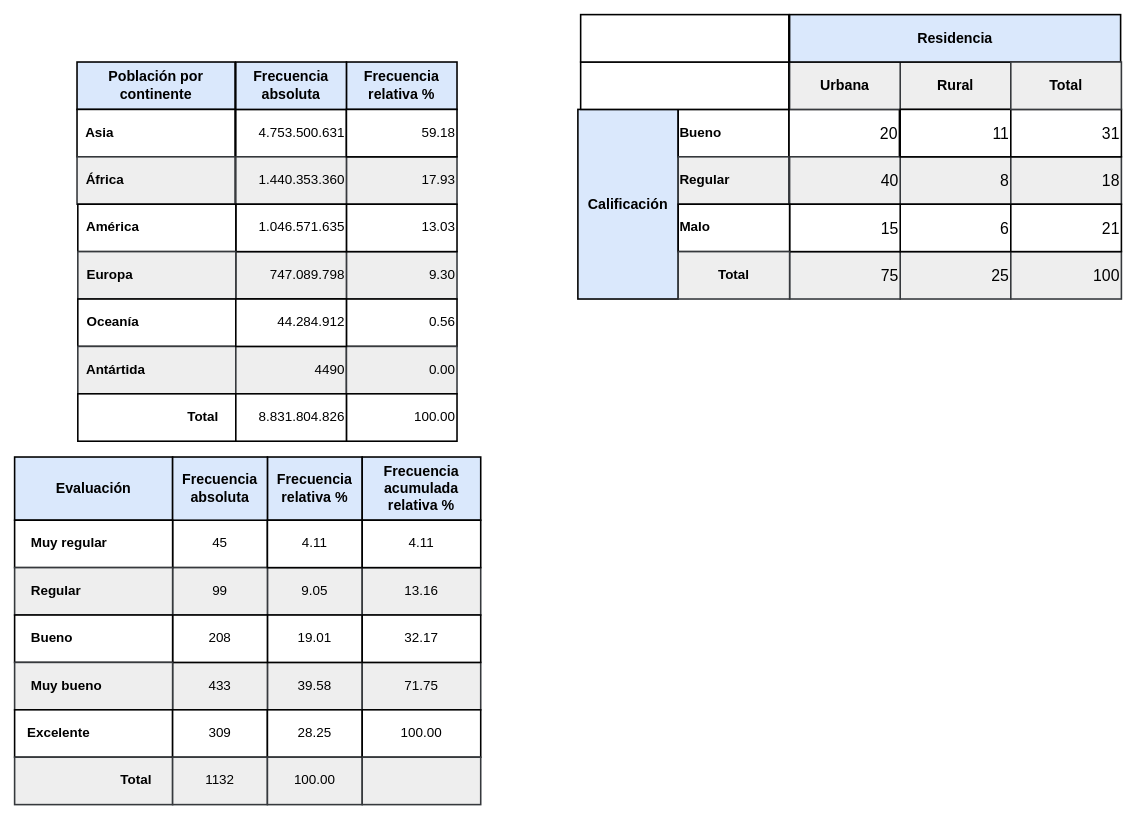
Above: docs/img/tablas.drawio in dgonxalex80/nivelatorioEST1 (draw.io), before the change. Source tidied: cells renumbered, new cells numbered last; positions are measured from the earlier drawing's top-left corner, leaving out a move shared by most shapes. Both pictures are drawn from the tidied source at 79%, with x=0, y=0 at pixel (14, 14).
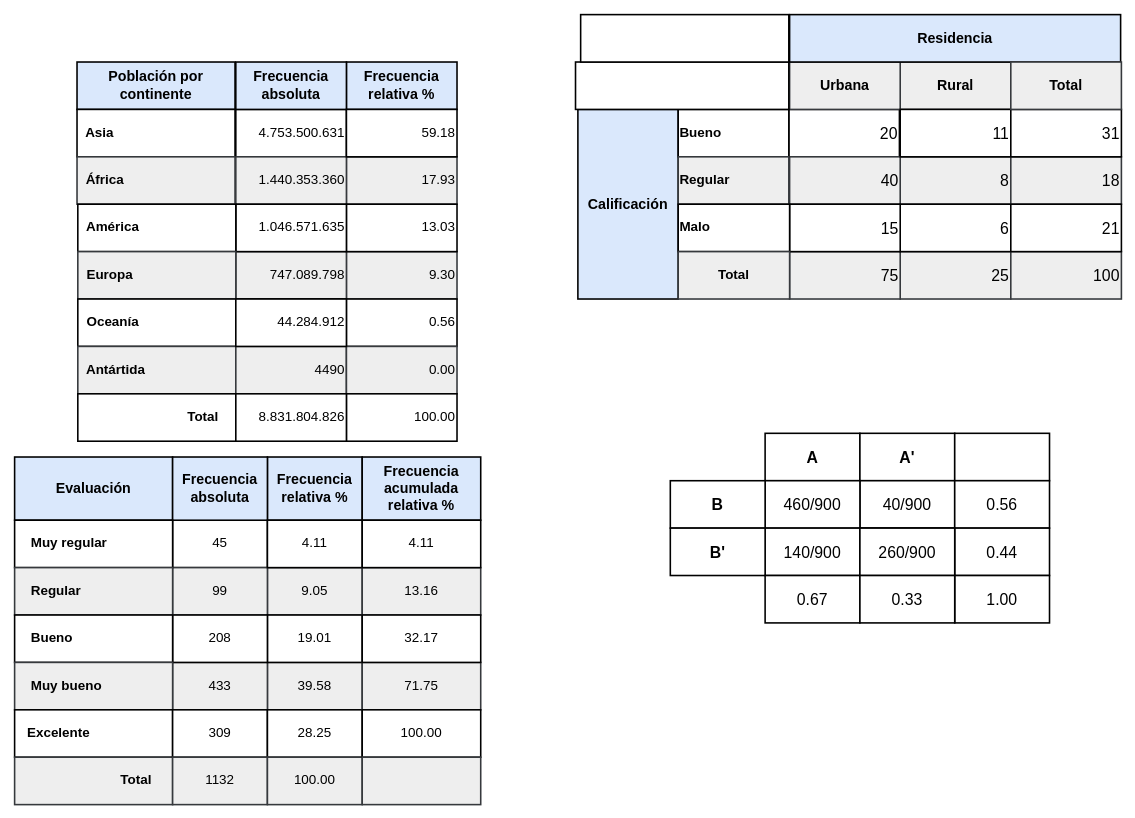
The same page after the edit.

What changed in the source:
```diff
@@
     <mxCell id="76" style="rounded=0;whiteSpace=wrap;html=1;strokeColor=#000000;strokeWidth=2;fontSize=20;align=center;" parent="1" vertex="1">
-      <mxGeometry x="716.5" y="60" width="263.5" height="60" as="geometry" />
+      <mxGeometry x="710" y="60" width="270" height="60" as="geometry" />
     </mxCell>
@@
+    <mxCell id="78" value="A" style="rounded=0;whiteSpace=wrap;html=1;strokeColor=#000000;strokeWidth=2;fontSize=20;align=center;fontStyle=1;" parent="1" vertex="1">
+      <mxGeometry x="950" y="530" width="120" height="60" as="geometry" />
+    </mxCell>
+    <mxCell id="79" value="A'" style="rounded=0;whiteSpace=wrap;html=1;strokeColor=#000000;strokeWidth=2;fontSize=20;align=center;fontStyle=1;" parent="1" vertex="1">
+      <mxGeometry x="1070" y="530" width="120" height="60" as="geometry" />
+    </mxCell>
+    <mxCell id="80" value="40/900" style="rounded=0;whiteSpace=wrap;html=1;strokeColor=#000000;strokeWidth=2;fontSize=20;align=center;" parent="1" vertex="1">
+      <mxGeometry x="1070" y="590" width="120" height="60" as="geometry" />
+    </mxCell>
+    <mxCell id="81" value="460/900" style="rounded=0;whiteSpace=wrap;html=1;strokeColor=#000000;strokeWidth=2;fontSize=20;align=center;" parent="1" vertex="1">
+      <mxGeometry x="950" y="590" width="120" height="60" as="geometry" />
+    </mxCell>
+    <mxCell id="82" value="140/900" style="rounded=0;whiteSpace=wrap;html=1;strokeColor=#000000;strokeWidth=2;fontSize=20;align=center;" parent="1" vertex="1">
+      <mxGeometry x="950" y="650" width="120" height="60" as="geometry" />
+    </mxCell>
+    <mxCell id="83" style="rounded=0;whiteSpace=wrap;html=1;strokeColor=#000000;strokeWidth=2;fontSize=20;align=center;" parent="1" vertex="1">
+      <mxGeometry x="1070" y="650" width="120" height="60" as="geometry" />
+    </mxCell>
+    <mxCell id="84" style="rounded=0;whiteSpace=wrap;html=1;strokeColor=#000000;strokeWidth=2;fontSize=20;align=center;" parent="1" vertex="1">
+      <mxGeometry x="1190" y="530" width="120" height="60" as="geometry" />
+    </mxCell>
+    <mxCell id="85" value="0.56" style="rounded=0;whiteSpace=wrap;html=1;strokeColor=#000000;strokeWidth=2;fontSize=20;align=center;" parent="1" vertex="1">
+      <mxGeometry x="1190" y="590" width="120" height="60" as="geometry" />
+    </mxCell>
+    <mxCell id="86" value="0.44" style="rounded=0;whiteSpace=wrap;html=1;strokeColor=#000000;strokeWidth=2;fontSize=20;align=center;" parent="1" vertex="1">
+      <mxGeometry x="1190" y="650" width="120" height="60" as="geometry" />
+    </mxCell>
+    <mxCell id="87" value="B" style="rounded=0;whiteSpace=wrap;html=1;strokeColor=#000000;strokeWidth=2;fontSize=20;align=center;fontStyle=1;" parent="1" vertex="1">
+      <mxGeometry x="830" y="590" width="120" height="60" as="geometry" />
+    </mxCell>
+    <mxCell id="88" value="B'" style="rounded=0;whiteSpace=wrap;html=1;strokeColor=#000000;strokeWidth=2;fontSize=20;align=center;fontStyle=1;" parent="1" vertex="1">
+      <mxGeometry x="830" y="650" width="120" height="60" as="geometry" />
+    </mxCell>
+    <mxCell id="89" value="0.67" style="rounded=0;whiteSpace=wrap;html=1;strokeColor=#000000;strokeWidth=2;fontSize=20;align=center;" parent="1" vertex="1">
+      <mxGeometry x="950" y="710" width="120" height="60" as="geometry" />
+    </mxCell>
+    <mxCell id="90" value="260/900" style="rounded=0;whiteSpace=wrap;html=1;strokeColor=#000000;strokeWidth=2;fontSize=20;align=center;" parent="1" vertex="1">
+      <mxGeometry x="1070" y="650" width="120" height="60" as="geometry" />
+    </mxCell>
+    <mxCell id="91" value="1.00" style="rounded=0;whiteSpace=wrap;html=1;strokeColor=#000000;strokeWidth=2;fontSize=20;align=center;" parent="1" vertex="1">
+      <mxGeometry x="1190" y="710" width="120" height="60" as="geometry" />
+    </mxCell>
+    <mxCell id="92" value="0.33" style="rounded=0;whiteSpace=wrap;html=1;strokeColor=#000000;strokeWidth=2;fontSize=20;align=center;" parent="1" vertex="1">
+      <mxGeometry x="1070" y="710" width="120" height="60" as="geometry" />
+    </mxCell>
```
